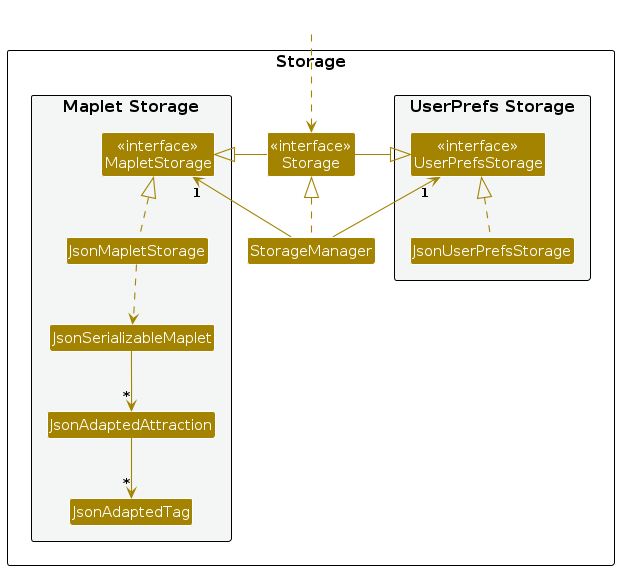
This is diagrams/StorageClassDiagram.png from AY2526S1-CS2103T-W12-1/tp, a PlantUML export, as it was before one commit. Its source is kept beside it as diagrams/StorageClassDiagram.puml. Source of this version:
```plantuml
@startuml
!include style.puml
skinparam arrowThickness 1.1
skinparam arrowColor STORAGE_COLOR
skinparam classBackgroundColor STORAGE_COLOR

package Storage as StoragePackage {

package "UserPrefs Storage" #F4F6F6{
Class "<<interface>>\nUserPrefsStorage" as UserPrefsStorage
Class JsonUserPrefsStorage
}

Class "<<interface>>\nStorage" as Storage
Class StorageManager

package "Maplet Storage" #F4F6F6{
Class "<<interface>>\nMapletStorage" as MapletStorage
Class JsonMapletStorage
Class JsonSerializableMaplet
Class JsonAdaptedAttraction
Class JsonAdaptedTag
}

}

Class HiddenOutside #FFFFFF
HiddenOutside ..> Storage

StorageManager .up.|> Storage
StorageManager -up-> "1" UserPrefsStorage
StorageManager -up-> "1" MapletStorage

Storage -left-|> UserPrefsStorage
Storage -right-|> MapletStorage

JsonUserPrefsStorage .up.|> UserPrefsStorage
JsonMapletStorage .up.|> MapletStorage
JsonMapletStorage ..> JsonSerializableMaplet
JsonSerializableMaplet --> "*" JsonAdaptedAttraction
JsonAdaptedAttraction --> "*" JsonAdaptedTag

@enduml
```
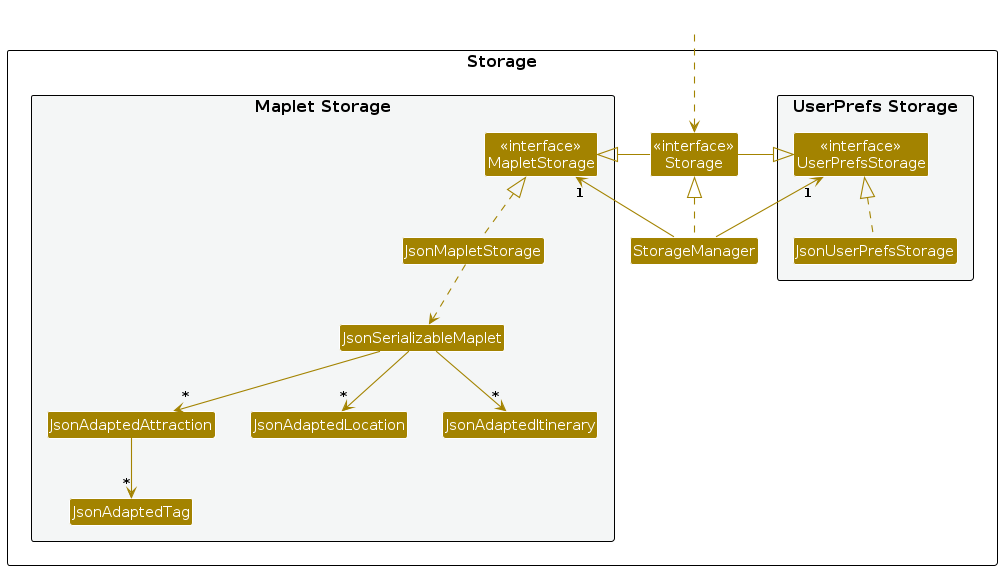
The same diagram one commit later.

Change to the diagram source:
```diff
@@ -15,11 +15,13 @@
 Class StorageManager
 
 package "Maplet Storage" #F4F6F6{
-Class "<<interface>>\nMapletStorage" as MapletStorage
-Class JsonMapletStorage
-Class JsonSerializableMaplet
-Class JsonAdaptedAttraction
-Class JsonAdaptedTag
+  Class "<<interface>>\nMapletStorage" as MapletStorage
+    Class JsonMapletStorage
+    Class JsonSerializableMaplet
+    Class JsonAdaptedAttraction
+    Class JsonAdaptedTag
+    Class JsonAdaptedLocation
+    Class JsonAdaptedItinerary
 }
 
 }
@@ -38,6 +40,8 @@
 JsonMapletStorage .up.|> MapletStorage
 JsonMapletStorage ..> JsonSerializableMaplet
 JsonSerializableMaplet --> "*" JsonAdaptedAttraction
+JsonSerializableMaplet --> "*" JsonAdaptedLocation
+JsonSerializableMaplet --> "*" JsonAdaptedItinerary
 JsonAdaptedAttraction --> "*" JsonAdaptedTag
 
 @enduml
```
